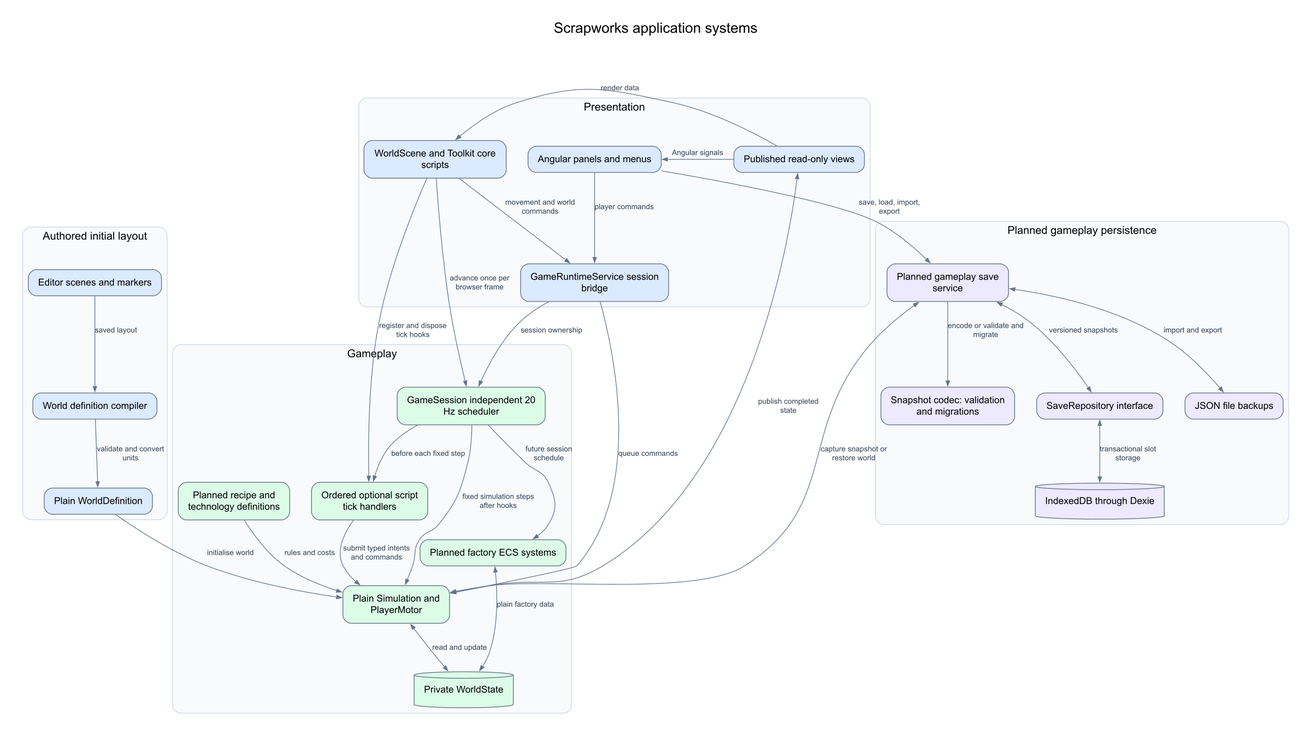
Above: docs/diagrams/system-interactions.png in Googlproxer/Scrapworks (Mermaid), before the change. Its source is kept beside it as docs/diagrams/src/system-interactions.mmd.
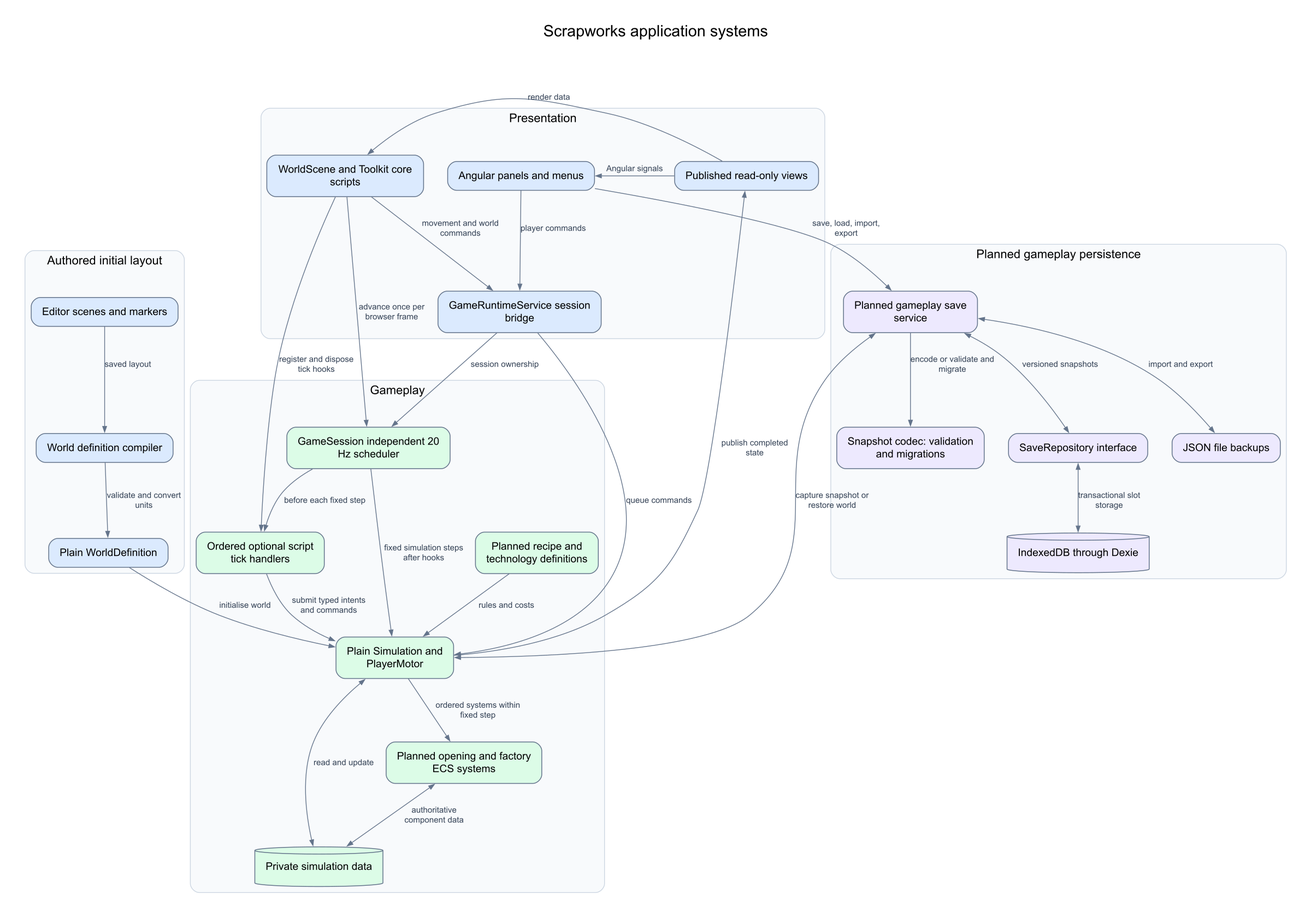
The same file after the commit.

Change to the diagram source:
```diff
@@ -16,9 +16,9 @@
         Loop[GameSession independent 20 Hz scheduler]
         Hooks[Ordered optional script tick handlers]
         Sim[Plain Simulation and PlayerMotor]
-        State[(Private WorldState)]
+        State[(Private simulation data)]
         Content[Planned recipe and technology definitions]
-        Factory[Planned factory ECS systems]
+        ECS[Planned opening and factory ECS systems]
     end
 
     subgraph Persistence[Planned gameplay persistence]
@@ -41,8 +41,8 @@
     Loop -->|before each fixed step| Hooks
     Hooks -->|submit typed intents and commands| Sim
     Loop -->|fixed simulation steps after hooks| Sim
-    Loop -->|future session schedule| Factory
-    Factory <-->|plain factory data| State
+    Sim -->|ordered systems within fixed step| ECS
+    ECS <-->|authoritative component data| State
     Content -->|rules and costs| Sim
     Sim <-->|read and update| State
     Sim -->|publish completed state| Views
```
